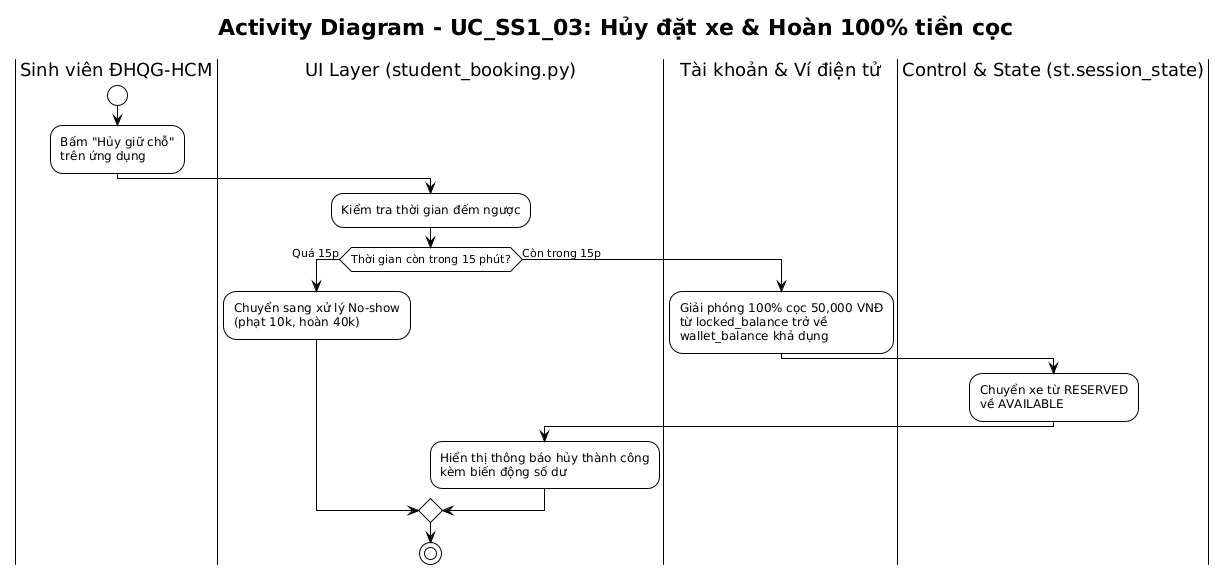
Earlier version of the PlantUML export docs/diagrams/Use-case detail-scenario/SS1/Activity diagrams/UC_SS1_03_NguyenThanhDat_activity.png (Dat-nguyen195/BTL_1_CNPM).
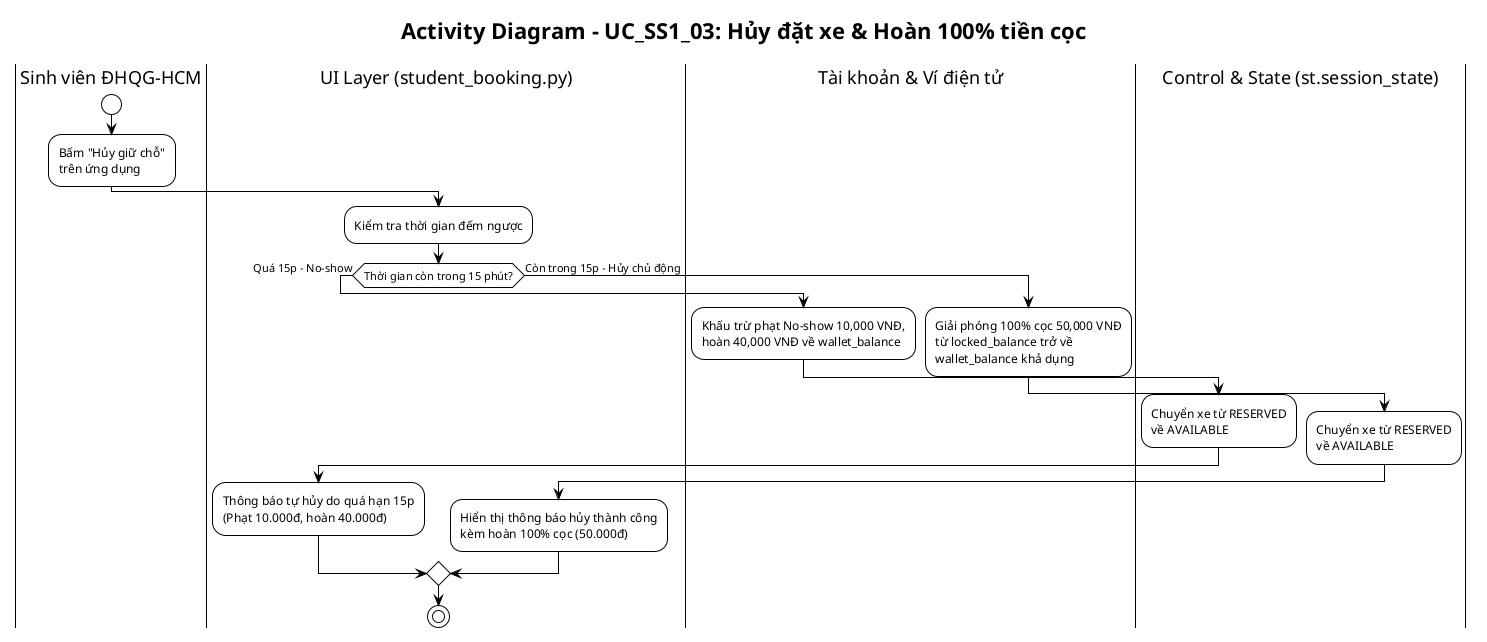
The same file after the commit.

Change to the diagram source:
```diff
@@ -1,4 +1,5 @@
-@startuml
+@startuml UC_SS1_03_NguyenThanhDat_activity
+!pragma layout smetana
 !theme plain
 skinparam activityMessageAlign center
 
@@ -11,9 +12,16 @@
 |UI Layer (student_booking.py)|
 :Kiểm tra thời gian đếm ngược;
 
-if (Thời gian còn trong 15 phút?) then (Quá 15p)
-  :Chuyển sang xử lý No-show\n(phạt 10k, hoàn 40k);
-else (Còn trong 15p)
+if (Thời gian còn trong 15 phút?) then (Quá 15p - No-show)
+  |Tài khoản & Ví điện tử|
+  :Khấu trừ phạt No-show 10,000 VNĐ,\nhoàn 40,000 VNĐ về wallet_balance;
+
+  |Control & State (st.session_state)|
+  :Chuyển xe từ RESERVED\nvề AVAILABLE;
+
+  |UI Layer (student_booking.py)|
+  :Thông báo tự hủy do quá hạn 15p\n(Phạt 10.000đ, hoàn 40.000đ);
+else (Còn trong 15p - Hủy chủ động)
   |Tài khoản & Ví điện tử|
   :Giải phóng 100% cọc 50,000 VNĐ\ntừ locked_balance trở về\nwallet_balance khả dụng;
 
@@ -21,7 +29,8 @@
   :Chuyển xe từ RESERVED\nvề AVAILABLE;
 
   |UI Layer (student_booking.py)|
-  :Hiển thị thông báo hủy thành công\nkèm biến động số dư;
+  :Hiển thị thông báo hủy thành công\nkèm hoàn 100% cọc (50.000đ);
 endif
 stop
+
 @enduml
```
